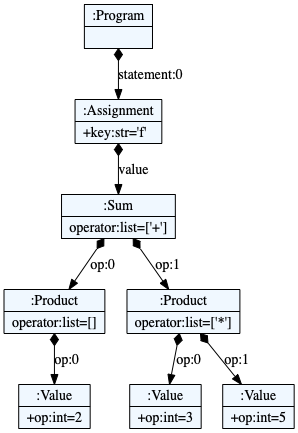
Above: examples/test_ae2.dot.png in robinjack/dsl_for_data_analysis (Graphviz), before the change. Its source is kept beside it as examples/test_ae2.dot.
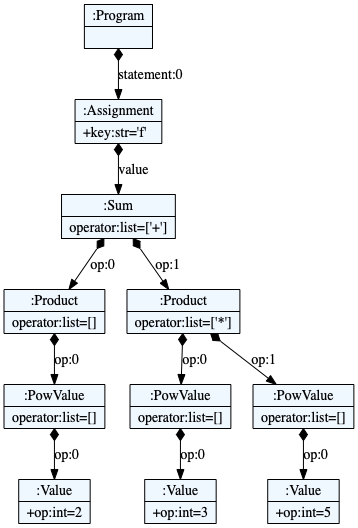
Above is the later version.

What changed in the source:
```diff
@@ -10,20 +10,26 @@
     edge[dir=black,arrowtail=empty]
 
 
-4604390672 -> 4604388432 [label="statement:0" arrowtail=diamond dir=both]
-4604388432 -> 4604470864 [label="value" arrowtail=diamond dir=both]
-4604470864 -> 4604471120 [label="op:0" arrowtail=diamond dir=both]
-4604471120 -> 4604470544 [label="op:0" arrowtail=diamond dir=both]
-4604470544[label="{:Value|+op:int=2\l}"]
-4604471120[label="{:Product|operator:list=[]\l}"]
-4604470864 -> 4604472464 [label="op:1" arrowtail=diamond dir=both]
-4604472464 -> 4604472400 [label="op:0" arrowtail=diamond dir=both]
-4604472400[label="{:Value|+op:int=3\l}"]
-4604472464 -> 4604470736 [label="op:1" arrowtail=diamond dir=both]
-4604470736[label="{:Value|+op:int=5\l}"]
-4604472464[label="{:Product|operator:list=['*']\l}"]
-4604470864[label="{:Sum|operator:list=['+']\l}"]
-4604388432[label="{:Assignment|+key:str='f'\l}"]
-4604390672[label="{:Program|}"]
+4579296208 -> 4579379920 [label="statement:0" arrowtail=diamond dir=both]
+4579379920 -> 4579465424 [label="value" arrowtail=diamond dir=both]
+4579465424 -> 4579465552 [label="op:0" arrowtail=diamond dir=both]
+4579465552 -> 4579465680 [label="op:0" arrowtail=diamond dir=both]
+4579465680 -> 4579465936 [label="op:0" arrowtail=diamond dir=both]
+4579465936[label="{:Value|+op:int=2\l}"]
+4579465680[label="{:PowValue|operator:list=[]\l}"]
+4579465552[label="{:Product|operator:list=[]\l}"]
+4579465424 -> 4579465808 [label="op:1" arrowtail=diamond dir=both]
+4579465808 -> 4579465744 [label="op:0" arrowtail=diamond dir=both]
+4579465744 -> 4579466064 [label="op:0" arrowtail=diamond dir=both]
+4579466064[label="{:Value|+op:int=3\l}"]
+4579465744[label="{:PowValue|operator:list=[]\l}"]
+4579465808 -> 4579466000 [label="op:1" arrowtail=diamond dir=both]
+4579466000 -> 4579466128 [label="op:0" arrowtail=diamond dir=both]
+4579466128[label="{:Value|+op:int=5\l}"]
+4579466000[label="{:PowValue|operator:list=[]\l}"]
+4579465808[label="{:Product|operator:list=['*']\l}"]
+4579465424[label="{:Sum|operator:list=['+']\l}"]
+4579379920[label="{:Assignment|+key:str='f'\l}"]
+4579296208[label="{:Program|}"]
 
 }
```
